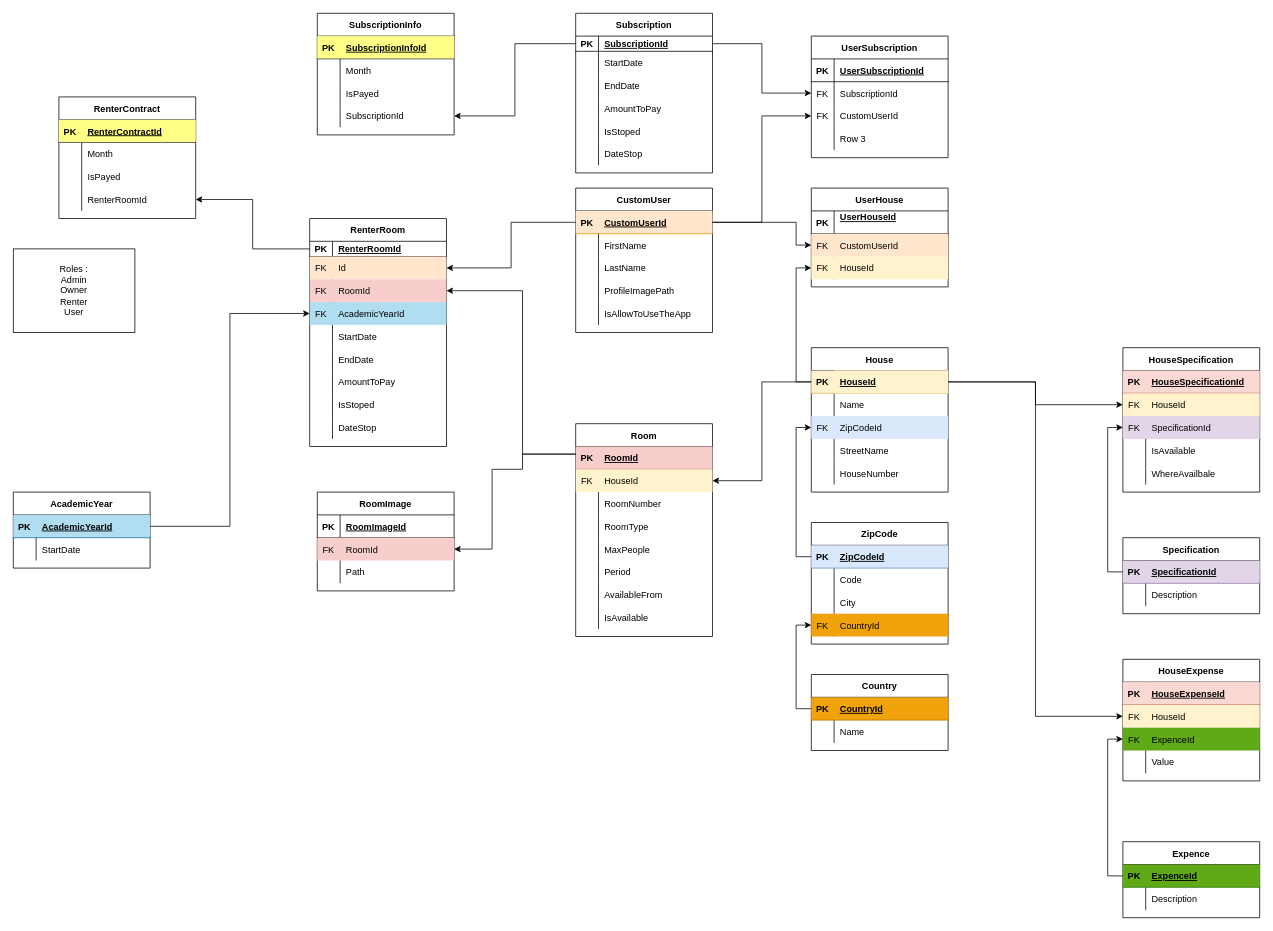
Bakkar1/skykot keeps this draw.io diagram as skyko.drawio. Above is the earlier version. Source tidied: cells renumbered, new cells numbered last; positions are measured from the earlier drawing's top-left corner, leaving out a move shared by most shapes. Both pictures are drawn from the tidied source at 76%, with x=0, y=0 at pixel (13, 13).
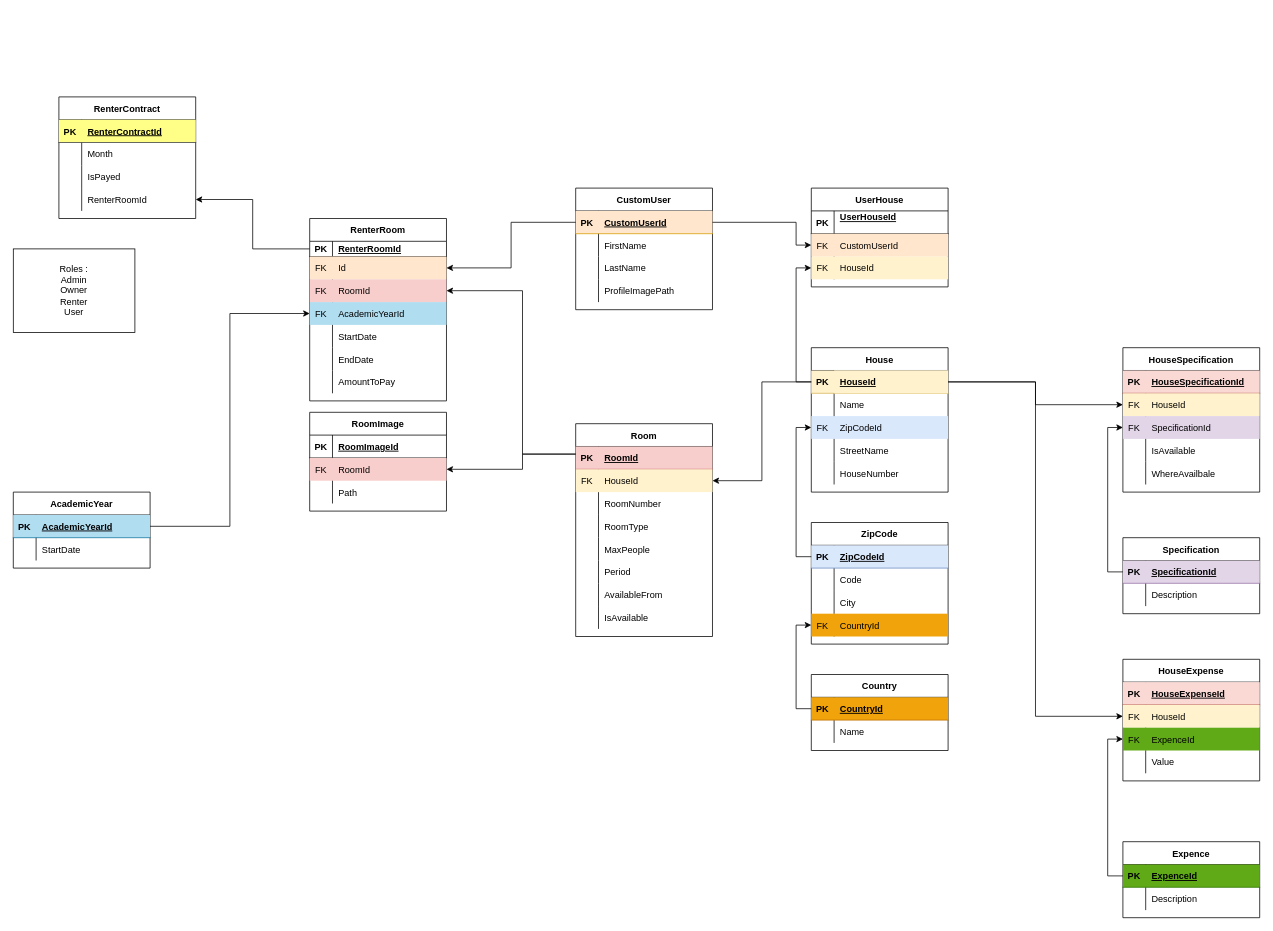
After the change.

Unchanged cells that the change refers to:
```xml
<mxCell id="3" style="shape=tableRow;horizontal=0;startSize=0;swimlaneHead=0;swimlaneBody=0;fillColor=#ffe6cc;points=[[0,0.5],[1,0.5]];portConstraint=eastwest;top=0;left=0;right=0;bottom=1;strokeColor=#d79b00;" parent="2" vertex="1">
  <mxGeometry y="30" width="180" height="30" as="geometry" />
</mxCell>
<mxCell id="55" style="shape=tableRow;horizontal=0;startSize=0;swimlaneHead=0;swimlaneBody=0;fillColor=#f8cecc;points=[[0,0.5],[1,0.5]];portConstraint=eastwest;top=0;left=0;right=0;bottom=1;strokeColor=#b85450;" parent="54" vertex="1">
  <mxGeometry y="30" width="180" height="30" as="geometry" />
</mxCell>
<mxCell id="126" style="shape=tableRow;horizontal=0;startSize=0;swimlaneHead=0;swimlaneBody=0;fillColor=#f8cecc;points=[[0,0.5],[1,0.5]];portConstraint=eastwest;top=0;left=0;right=0;bottom=0;strokeColor=#b85450;" parent="122" vertex="1">
  <mxGeometry y="60" width="180" height="30" as="geometry" />
</mxCell>
```

The edit, as a diff of the source:
```diff
@@
     <mxCell id="2" value="CustomUser" style="shape=table;startSize=30;childLayout=tableLayout;rowLines=0;fontStyle=1;align=center;" parent="1" vertex="1">
-      <mxGeometry x="740" y="230" width="180" height="190" as="geometry" />
+      <mxGeometry x="740" y="230" width="180" height="160" as="geometry" />
     </mxCell>
@@
-    <mxCell id="15" style="shape=tableRow;horizontal=0;startSize=0;swimlaneHead=0;swimlaneBody=0;fillColor=none;top=0;left=0;right=0;bottom=0;" parent="2" vertex="1">
-      <mxGeometry y="150" width="180" height="30" as="geometry" />
-    </mxCell>
-    <mxCell id="16" style="shape=partialRectangle;fillColor=none;top=0;left=0;bottom=0;right=0;overflow=hidden;" parent="15" vertex="1">
-      <mxGeometry width="30" height="30" as="geometry" />
-    </mxCell>
-    <mxCell id="17" value="IsAllowToUseTheApp" style="shape=partialRectangle;fillColor=none;top=0;left=0;bottom=0;right=0;align=left;spacingLeft=6;overflow=hidden;" parent="15" vertex="1">
-      <mxGeometry x="30" width="150" height="30" as="geometry" />
-    </mxCell>
@@
     <mxCell id="122" value="RoomImage" style="shape=table;startSize=30;childLayout=tableLayout;rowLines=0;fontStyle=1;align=center;" parent="1" vertex="1">
-      <mxGeometry x="400" y="630" width="180" height="130" as="geometry" />
+      <mxGeometry x="390" y="525" width="180" height="130" as="geometry" />
     </mxCell>
@@
     <mxCell id="133" value="RenterRoom" style="shape=table;startSize=30;childLayout=tableLayout;rowLines=0;fontStyle=1;align=center;" parent="1" vertex="1">
-      <mxGeometry x="390" y="270" width="180" height="300" as="geometry" />
+      <mxGeometry x="390" y="270" width="180" height="240" as="geometry" />
     </mxCell>
@@
-    <mxCell id="155" style="shape=tableRow;horizontal=0;startSize=0;swimlaneHead=0;swimlaneBody=0;fillColor=none;top=0;left=0;right=0;bottom=0;" parent="133" vertex="1">
-      <mxGeometry y="230" width="180" height="30" as="geometry" />
-    </mxCell>
-    <mxCell id="156" style="shape=partialRectangle;fillColor=none;top=0;left=0;bottom=0;right=0;overflow=hidden;" parent="155" vertex="1">
-      <mxGeometry width="30" height="30" as="geometry" />
-    </mxCell>
-    <mxCell id="157" value="IsStoped" style="shape=partialRectangle;fillColor=none;top=0;left=0;bottom=0;right=0;align=left;spacingLeft=6;overflow=hidden;" parent="155" vertex="1">
-      <mxGeometry x="30" width="150" height="30" as="geometry" />
-    </mxCell>
-    <mxCell id="158" style="shape=tableRow;horizontal=0;startSize=0;swimlaneHead=0;swimlaneBody=0;fillColor=none;top=0;left=0;right=0;bottom=0;" parent="133" vertex="1">
-      <mxGeometry y="260" width="180" height="30" as="geometry" />
-    </mxCell>
-    <mxCell id="159" style="shape=partialRectangle;fillColor=none;top=0;left=0;bottom=0;right=0;overflow=hidden;" parent="158" vertex="1">
-      <mxGeometry width="30" height="30" as="geometry" />
-    </mxCell>
-    <mxCell id="160" value="DateStop" style="shape=partialRectangle;fillColor=none;top=0;left=0;bottom=0;right=0;align=left;spacingLeft=6;overflow=hidden;" parent="158" vertex="1">
-      <mxGeometry x="30" width="150" height="30" as="geometry" />
-    </mxCell>
@@
     <mxCell id="182" style="edgeStyle=orthogonalEdgeStyle;rounded=0;jettySize=auto;html=1;" parent="1" edge="1" source="55" target="126">
       <mxGeometry relative="1" as="geometry">
         <Array as="points">
           <mxPoint x="670" y="580" />
           <mxPoint x="670" y="600" />
-          <mxPoint x="630" y="600" />
-          <mxPoint x="630" y="705" />
         </Array>
       </mxGeometry>
     </mxCell>
@@
-    <mxCell id="205" value="SubscriptionInfo" style="shape=table;startSize=30;childLayout=tableLayout;rowLines=0;fontStyle=1;align=center;" parent="1" vertex="1">
-      <mxGeometry x="400" width="180" height="160" as="geometry" />
-    </mxCell>
-    <mxCell id="206" style="shape=tableRow;horizontal=0;startSize=0;swimlaneHead=0;swimlaneBody=0;fillColor=#ffff88;top=0;left=0;right=0;bottom=1;strokeColor=#36393d;" parent="205" vertex="1">
-      <mxGeometry y="30" width="180" height="30" as="geometry" />
-    </mxCell>
-    <mxCell id="207" value="PK" style="shape=partialRectangle;fillColor=none;top=0;left=0;bottom=0;right=0;fontStyle=1;overflow=hidden;" parent="206" vertex="1">
-      <mxGeometry width="30" height="30" as="geometry" />
-    </mxCell>
-    <mxCell id="208" value="SubscriptionInfoId" style="shape=partialRectangle;fillColor=none;top=0;left=0;bottom=0;right=0;align=left;spacingLeft=6;fontStyle=5;overflow=hidden;" parent="206" vertex="1">
-      <mxGeometry x="30" width="150" height="30" as="geometry" />
-    </mxCell>
-    <mxCell id="209" style="shape=tableRow;horizontal=0;startSize=0;swimlaneHead=0;swimlaneBody=0;fillColor=none;top=0;left=0;right=0;bottom=0;" parent="205" vertex="1">
-      <mxGeometry y="60" width="180" height="30" as="geometry" />
-    </mxCell>
-    <mxCell id="210" style="shape=partialRectangle;fillColor=none;top=0;left=0;bottom=0;right=0;overflow=hidden;" parent="209" vertex="1">
-      <mxGeometry width="30" height="30" as="geometry" />
-    </mxCell>
-    <mxCell id="211" value="Month" style="shape=partialRectangle;fillColor=none;top=0;left=0;bottom=0;right=0;align=left;spacingLeft=6;overflow=hidden;" parent="209" vertex="1">
-      <mxGeometry x="30" width="150" height="30" as="geometry" />
-    </mxCell>
-    <mxCell id="212" style="shape=tableRow;horizontal=0;startSize=0;swimlaneHead=0;swimlaneBody=0;fillColor=none;top=0;left=0;right=0;bottom=0;" parent="205" vertex="1">
-      <mxGeometry y="90" width="180" height="30" as="geometry" />
-    </mxCell>
-    <mxCell id="213" style="shape=partialRectangle;fillColor=none;top=0;left=0;bottom=0;right=0;overflow=hidden;" parent="212" vertex="1">
-      <mxGeometry width="30" height="30" as="geometry" />
-    </mxCell>
-    <mxCell id="214" value="IsPayed" style="shape=partialRectangle;fillColor=none;top=0;left=0;bottom=0;right=0;align=left;spacingLeft=6;overflow=hidden;" parent="212" vertex="1">
-      <mxGeometry x="30" width="150" height="30" as="geometry" />
-    </mxCell>
-    <mxCell id="215" style="shape=tableRow;horizontal=0;startSize=0;swimlaneHead=0;swimlaneBody=0;fillColor=none;points=[[0,0.5],[1,0.5]];portConstraint=eastwest;top=0;left=0;right=0;bottom=0;" parent="205" vertex="1">
-      <mxGeometry y="120" width="180" height="30" as="geometry" />
-    </mxCell>
-    <mxCell id="216" style="shape=partialRectangle;fillColor=none;top=0;left=0;bottom=0;right=0;overflow=hidden;" parent="215" vertex="1">
-      <mxGeometry width="30" height="30" as="geometry" />
-    </mxCell>
-    <mxCell id="217" value="SubscriptionId" style="shape=partialRectangle;fillColor=none;top=0;left=0;bottom=0;right=0;align=left;spacingLeft=6;overflow=hidden;" parent="215" vertex="1">
-      <mxGeometry x="30" width="150" height="30" as="geometry" />
-    </mxCell>
-    <mxCell id="218" value="UserSubscription" style="shape=table;startSize=30;childLayout=tableLayout;rowLines=0;fontStyle=1;align=center;" parent="1" vertex="1">
-      <mxGeometry x="1050" y="30" width="180" height="160" as="geometry" />
-    </mxCell>
-    <mxCell id="219" style="shape=tableRow;horizontal=0;startSize=0;swimlaneHead=0;swimlaneBody=0;fillColor=none;top=0;left=0;right=0;bottom=1;" parent="218" vertex="1">
-      <mxGeometry y="30" width="180" height="30" as="geometry" />
-    </mxCell>
-    <mxCell id="220" value="PK" style="shape=partialRectangle;fillColor=none;top=0;left=0;bottom=0;right=0;fontStyle=1;overflow=hidden;" parent="219" vertex="1">
-      <mxGeometry width="30" height="30" as="geometry" />
-    </mxCell>
-    <mxCell id="221" value="UserSubscriptionId" style="shape=partialRectangle;fillColor=none;top=0;left=0;bottom=0;right=0;align=left;spacingLeft=6;fontStyle=5;overflow=hidden;" parent="219" vertex="1">
-      <mxGeometry x="30" width="150" height="30" as="geometry" />
-    </mxCell>
-    <mxCell id="222" style="shape=tableRow;horizontal=0;startSize=0;swimlaneHead=0;swimlaneBody=0;fillColor=none;points=[[0,0.5],[1,0.5]];portConstraint=eastwest;top=0;left=0;right=0;bottom=0;" parent="218" vertex="1">
-      <mxGeometry y="60" width="180" height="30" as="geometry" />
-    </mxCell>
-    <mxCell id="223" value="FK" style="shape=partialRectangle;fillColor=none;top=0;left=0;bottom=0;right=0;overflow=hidden;" parent="222" vertex="1">
-      <mxGeometry width="30" height="30" as="geometry" />
-    </mxCell>
-    <mxCell id="224" value="SubscriptionId" style="shape=partialRectangle;fillColor=none;top=0;left=0;bottom=0;right=0;align=left;spacingLeft=6;overflow=hidden;" parent="222" vertex="1">
-      <mxGeometry x="30" width="150" height="30" as="geometry" />
-    </mxCell>
-    <mxCell id="225" style="shape=tableRow;horizontal=0;startSize=0;swimlaneHead=0;swimlaneBody=0;fillColor=none;points=[[0,0.5],[1,0.5]];portConstraint=eastwest;top=0;left=0;right=0;bottom=0;" parent="218" vertex="1">
-      <mxGeometry y="90" width="180" height="30" as="geometry" />
-    </mxCell>
-    <mxCell id="226" value="FK" style="shape=partialRectangle;fillColor=none;top=0;left=0;bottom=0;right=0;overflow=hidden;" parent="225" vertex="1">
-      <mxGeometry width="30" height="30" as="geometry" />
-    </mxCell>
-    <mxCell id="227" value="CustomUserId" style="shape=partialRectangle;fillColor=none;top=0;left=0;bottom=0;right=0;align=left;spacingLeft=6;overflow=hidden;" parent="225" vertex="1">
-      <mxGeometry x="30" width="150" height="30" as="geometry" />
-    </mxCell>
-    <mxCell id="228" style="shape=tableRow;horizontal=0;startSize=0;swimlaneHead=0;swimlaneBody=0;fillColor=none;top=0;left=0;right=0;bottom=0;" parent="218" vertex="1">
-      <mxGeometry y="120" width="180" height="30" as="geometry" />
-    </mxCell>
-    <mxCell id="229" style="shape=partialRectangle;fillColor=none;top=0;left=0;bottom=0;right=0;overflow=hidden;" parent="228" vertex="1">
-      <mxGeometry width="30" height="30" as="geometry" />
-    </mxCell>
-    <mxCell id="230" value="Row 3" style="shape=partialRectangle;fillColor=none;top=0;left=0;bottom=0;right=0;align=left;spacingLeft=6;overflow=hidden;" parent="228" vertex="1">
-      <mxGeometry x="30" width="150" height="30" as="geometry" />
-    </mxCell>
-    <mxCell id="231" style="edgeStyle=orthogonalEdgeStyle;rounded=0;jettySize=auto;html=1;" parent="1" edge="1" source="3" target="225">
-      <mxGeometry relative="1" as="geometry" />
-    </mxCell>
-    <mxCell id="232" value="Subscription" style="shape=table;startSize=30;childLayout=tableLayout;rowLines=0;fontStyle=1;align=center;" parent="1" vertex="1">
-      <mxGeometry x="740" width="180" height="210" as="geometry" />
-    </mxCell>
-    <mxCell id="233" style="shape=tableRow;horizontal=0;startSize=0;swimlaneHead=0;swimlaneBody=0;fillColor=none;points=[[0,0.5],[1,0.5]];portConstraint=eastwest;top=0;left=0;right=0;bottom=1;" parent="232" vertex="1">
-      <mxGeometry y="30" width="180" height="20" as="geometry" />
-    </mxCell>
-    <mxCell id="234" value="PK" style="shape=partialRectangle;fillColor=none;top=0;left=0;bottom=0;right=0;fontStyle=1;overflow=hidden;" parent="233" vertex="1">
-      <mxGeometry width="30" height="20" as="geometry" />
-    </mxCell>
-    <mxCell id="235" value="SubscriptionId" style="shape=partialRectangle;fillColor=none;top=0;left=0;bottom=0;right=0;align=left;spacingLeft=6;fontStyle=5;overflow=hidden;" parent="233" vertex="1">
-      <mxGeometry x="30" width="150" height="20" as="geometry" />
-    </mxCell>
-    <mxCell id="236" style="shape=tableRow;horizontal=0;startSize=0;swimlaneHead=0;swimlaneBody=0;fillColor=none;top=0;left=0;right=0;bottom=0;" parent="232" vertex="1">
-      <mxGeometry y="50" width="180" height="30" as="geometry" />
-    </mxCell>
-    <mxCell id="237" style="shape=partialRectangle;fillColor=none;top=0;left=0;bottom=0;right=0;overflow=hidden;" parent="236" vertex="1">
-      <mxGeometry width="30" height="30" as="geometry" />
-    </mxCell>
-    <mxCell id="238" value="StartDate" style="shape=partialRectangle;fillColor=none;top=0;left=0;bottom=0;right=0;align=left;spacingLeft=6;overflow=hidden;" parent="236" vertex="1">
-      <mxGeometry x="30" width="150" height="30" as="geometry" />
-    </mxCell>
-    <mxCell id="239" style="shape=tableRow;horizontal=0;startSize=0;swimlaneHead=0;swimlaneBody=0;fillColor=none;top=0;left=0;right=0;bottom=0;" parent="232" vertex="1">
-      <mxGeometry y="80" width="180" height="30" as="geometry" />
-    </mxCell>
-    <mxCell id="240" style="shape=partialRectangle;fillColor=none;top=0;left=0;bottom=0;right=0;overflow=hidden;" parent="239" vertex="1">
-      <mxGeometry width="30" height="30" as="geometry" />
-    </mxCell>
-    <mxCell id="241" value="EndDate" style="shape=partialRectangle;fillColor=none;top=0;left=0;bottom=0;right=0;align=left;spacingLeft=6;overflow=hidden;" parent="239" vertex="1">
-      <mxGeometry x="30" width="150" height="30" as="geometry" />
-    </mxCell>
-    <mxCell id="242" style="shape=tableRow;horizontal=0;startSize=0;swimlaneHead=0;swimlaneBody=0;fillColor=none;top=0;left=0;right=0;bottom=0;" parent="232" vertex="1">
-      <mxGeometry y="110" width="180" height="30" as="geometry" />
-    </mxCell>
-    <mxCell id="243" style="shape=partialRectangle;fillColor=none;top=0;left=0;bottom=0;right=0;overflow=hidden;" parent="242" vertex="1">
-      <mxGeometry width="30" height="30" as="geometry" />
-    </mxCell>
-    <mxCell id="244" value="AmountToPay" style="shape=partialRectangle;fillColor=none;top=0;left=0;bottom=0;right=0;align=left;spacingLeft=6;overflow=hidden;" parent="242" vertex="1">
-      <mxGeometry x="30" width="150" height="30" as="geometry" />
-    </mxCell>
-    <mxCell id="245" style="shape=tableRow;horizontal=0;startSize=0;swimlaneHead=0;swimlaneBody=0;fillColor=none;top=0;left=0;right=0;bottom=0;" parent="232" vertex="1">
-      <mxGeometry y="140" width="180" height="30" as="geometry" />
-    </mxCell>
-    <mxCell id="246" style="shape=partialRectangle;fillColor=none;top=0;left=0;bottom=0;right=0;overflow=hidden;" parent="245" vertex="1">
-      <mxGeometry width="30" height="30" as="geometry" />
-    </mxCell>
-    <mxCell id="247" value="IsStoped" style="shape=partialRectangle;fillColor=none;top=0;left=0;bottom=0;right=0;align=left;spacingLeft=6;overflow=hidden;" parent="245" vertex="1">
-      <mxGeometry x="30" width="150" height="30" as="geometry" />
-    </mxCell>
-    <mxCell id="248" style="shape=tableRow;horizontal=0;startSize=0;swimlaneHead=0;swimlaneBody=0;fillColor=none;top=0;left=0;right=0;bottom=0;" parent="232" vertex="1">
-      <mxGeometry y="170" width="180" height="30" as="geometry" />
-    </mxCell>
-    <mxCell id="249" style="shape=partialRectangle;fillColor=none;top=0;left=0;bottom=0;right=0;overflow=hidden;" parent="248" vertex="1">
-      <mxGeometry width="30" height="30" as="geometry" />
-    </mxCell>
-    <mxCell id="250" value="DateStop" style="shape=partialRectangle;fillColor=none;top=0;left=0;bottom=0;right=0;align=left;spacingLeft=6;overflow=hidden;" parent="248" vertex="1">
-      <mxGeometry x="30" width="150" height="30" as="geometry" />
-    </mxCell>
-    <mxCell id="251" style="edgeStyle=orthogonalEdgeStyle;rounded=0;jettySize=auto;html=1;entryX=1;entryY=0.5;entryDx=0;entryDy=0;" parent="1" edge="1" source="233" target="215">
-      <mxGeometry relative="1" as="geometry" />
-    </mxCell>
-    <mxCell id="252" style="edgeStyle=orthogonalEdgeStyle;rounded=0;jettySize=auto;html=1;entryX=0;entryY=0.5;entryDx=0;entryDy=0;" parent="1" edge="1" source="233" target="222">
-      <mxGeometry relative="1" as="geometry" />
-    </mxCell>
```
